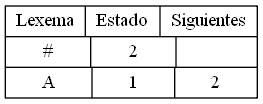
ByLy23/Regexitive-AFD-converter keeps this Graphviz diagram as SIGUIENTES_201700733/ListaSig3.png. Above is the earlier version. Its source is kept beside it as Dot/ListaSig3.dot.
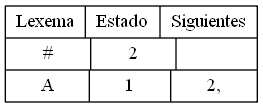
After the change.

What changed in the source:
```diff
@@ -1,6 +1,6 @@
 digraph ListaSiguientes{
 rankdir=LR
-node[shape= record];
-cabeza[label="{Lexema | Estado | Siguientes}| {# |2|{}}| {A |1|{2}}"];
+node[shape= record width=1 height=1];
+cabeza[label="{Lexema | Estado | Siguientes}| {# |2|{}}| {A |1|{2,}}"];
 
 }
```
